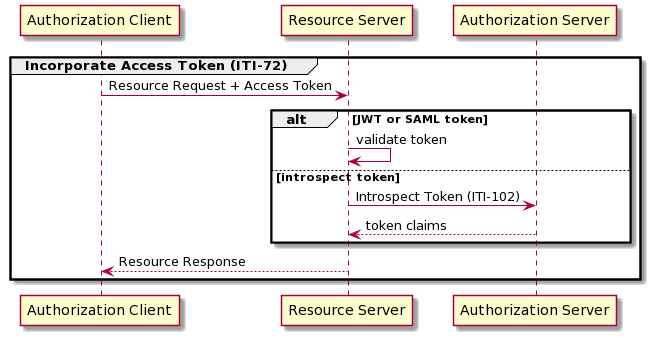
Above: media/incorporate-token.png in IHE/ITI.IUA (PlantUML), before the change.
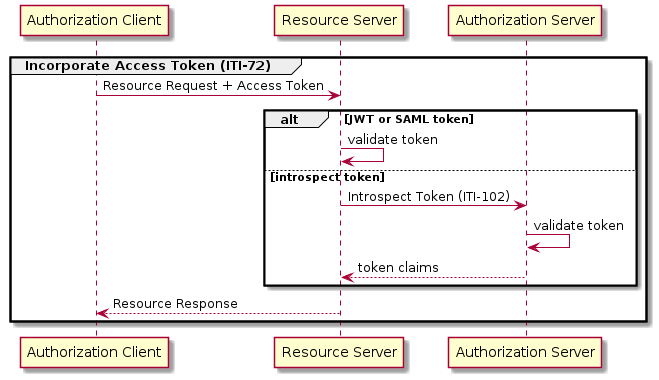
After the commit.

Commit message:
Another missed validate token at AS

Diff of the diagram source:
```diff
@@ -1,4 +1,5 @@
-@startuml
+@startuml incorporate-token
+
 participant "Authorization Client" as client
 participant "Resource Server" as rs
 participant "Authorization Server" as as
@@ -12,6 +13,7 @@
 
 else introspect token
     rs -> as : Introspect Token (ITI-102)
+    as -> as: validate token
     as --> rs: token claims
 end
 
```
